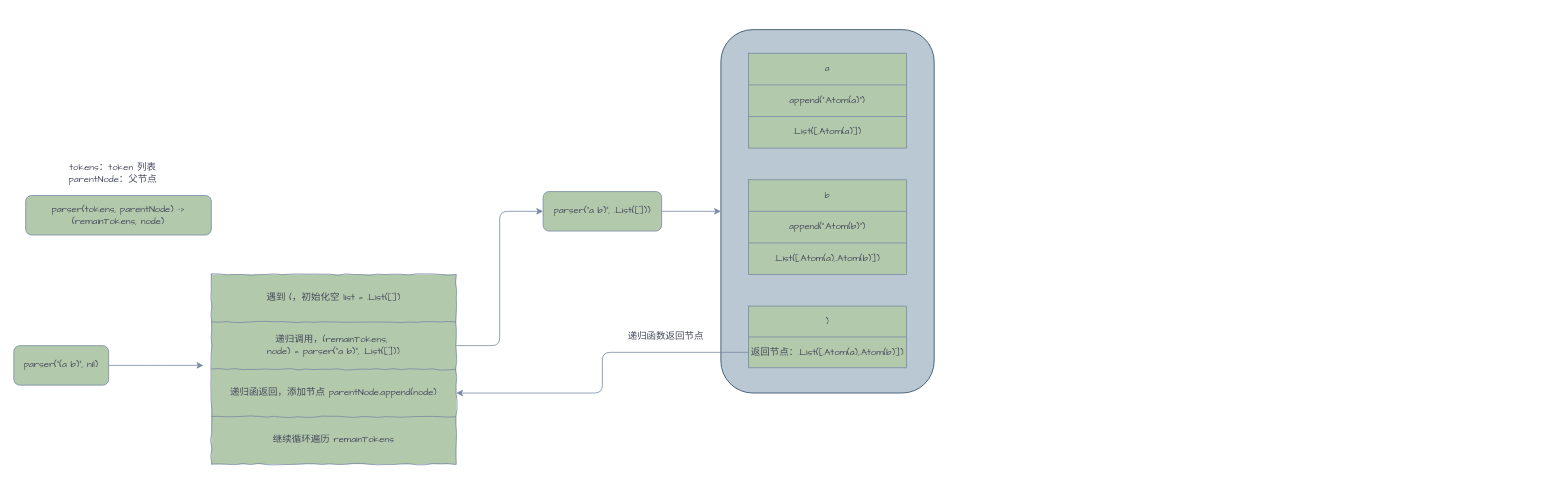
Above: page "parser-example" (2 of 3) of Untitled Diagram.drawio in silan-liu/drawio (draw.io), before the change. Source tidied: cells renumbered, new cells numbered last; positions are measured from the earlier drawing's top-left corner, leaving out a move shared by most shapes. Both pictures are drawn from the tidied source at 79%, with x=0, y=0 at pixel (13, 29).
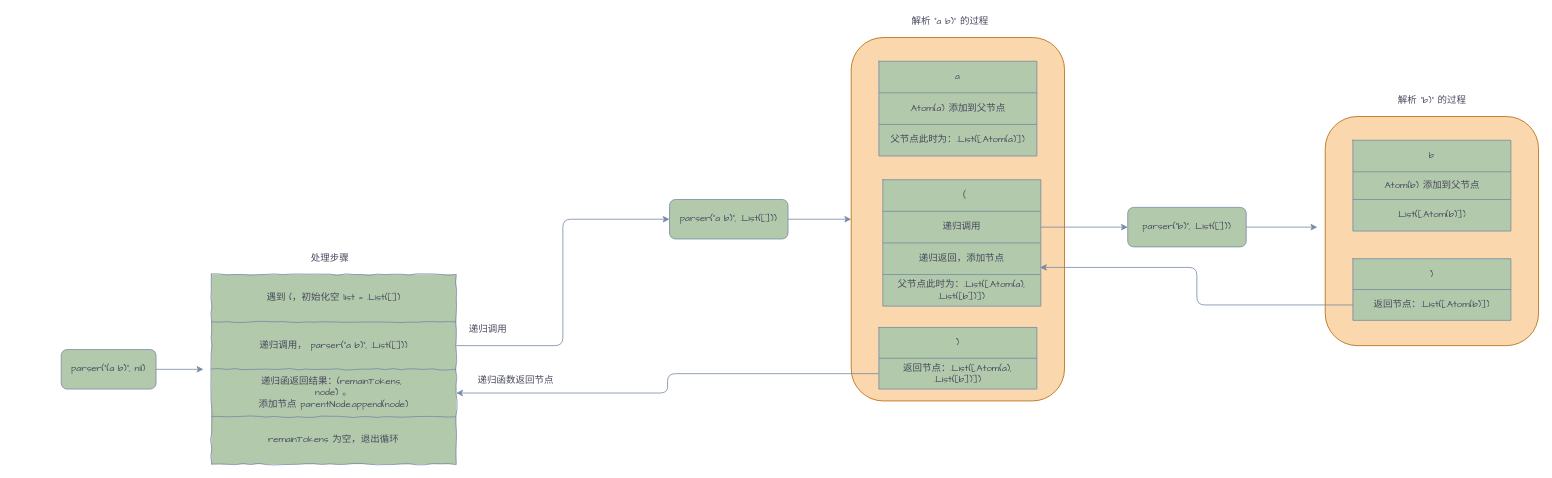
Above is the later version.

Unchanged cells that the change refers to:
```xml
<mxCell id="10" style="shape=partialRectangle;html=1;whiteSpace=wrap;fillColor=none;top=0;left=0;bottom=0;right=0;points=[[0,0.5],[1,0.5]];portConstraint=eastwest;strokeColor=#788AA3;fontColor=#46495D;fontFamily=Comic Sans MS;" parent="7" vertex="1">
  <mxGeometry y="60" width="310" height="60" as="geometry" />
</mxCell>
<mxCell id="12" style="shape=partialRectangle;html=1;whiteSpace=wrap;fillColor=none;top=0;left=0;bottom=0;right=0;points=[[0,0.5],[1,0.5]];portConstraint=eastwest;strokeColor=#788AA3;fontColor=#46495D;fontFamily=Comic Sans MS;" parent="7" vertex="1">
  <mxGeometry y="120" width="310" height="60" as="geometry" />
</mxCell>
<mxCell id="14" style="shape=partialRectangle;html=1;whiteSpace=wrap;fillColor=none;top=0;left=0;bottom=0;right=0;strokeColor=#788AA3;fontColor=#46495D;fontFamily=Comic Sans MS;" parent="7" vertex="1">
  <mxGeometry y="180" width="310" height="60" as="geometry" />
</mxCell>
<mxCell id="19" style="shape=partialRectangle;html=1;whiteSpace=wrap;fillColor=none;top=0;left=0;bottom=0;right=0;strokeColor=#788AA3;fontColor=#46495D;fontFamily=Comic Sans MS;" parent="16" vertex="1">
  <mxGeometry y="40" width="200" height="40" as="geometry" />
</mxCell>
<mxCell id="21" style="shape=partialRectangle;html=1;whiteSpace=wrap;fillColor=none;top=0;left=0;bottom=0;right=0;strokeColor=#788AA3;fontColor=#46495D;fontFamily=Comic Sans MS;" parent="16" vertex="1">
  <mxGeometry y="80" width="200" height="40" as="geometry" />
</mxCell>
<mxCell id="33" style="shape=partialRectangle;html=1;whiteSpace=wrap;fillColor=none;top=0;left=0;bottom=0;right=0;points=[[0,0.5],[1,0.5]];portConstraint=eastwest;strokeColor=#788AA3;fontColor=#46495D;fontFamily=Comic Sans MS;" parent="30" vertex="1">
  <mxGeometry y="39" width="200" height="39" as="geometry" />
</mxCell>
```

Change to the diagram source:
```diff
@@
+    <mxCell id="40" style="rounded=1;whiteSpace=wrap;html=1;sketch=0;fontFamily=Comic Sans MS;fillColor=#fad7ac;strokeColor=#b46504;" parent="1" vertex="1">
+      <mxGeometry x="1660" y="110" width="270" height="290" as="geometry" />
+    </mxCell>
-    <mxCell id="2" style="rounded=1;whiteSpace=wrap;html=1;sketch=0;fontFamily=Comic Sans MS;fillColor=#bac8d3;strokeColor=#23445d;" parent="1" vertex="1">
-      <mxGeometry x="895" width="270" height="460" as="geometry" />
+    <mxCell id="2" style="rounded=1;whiteSpace=wrap;html=1;sketch=0;fontFamily=Comic Sans MS;fillColor=#fad7ac;strokeColor=#b46504;" parent="1" vertex="1">
+      <mxGeometry x="1060" y="10" width="270" height="460" as="geometry" />
     </mxCell>
     <mxCell id="3" style="edgeStyle=orthogonalEdgeStyle;curved=0;rounded=1;sketch=0;jettySize=auto;html=1;fontFamily=Comic Sans MS;fontColor=#46495D;strokeColor=#788AA3;fillColor=#B2C9AB;" parent="1" edge="1" source="4">
       <mxGeometry relative="1" as="geometry">
-        <mxPoint x="240" y="425" as="targetPoint" />
+        <mxPoint x="240" y="430" as="targetPoint" />
       </mxGeometry>
     </mxCell>
     <mxCell id="4" value="parser(&quot;(a b)&quot;, nil)" style="rounded=1;whiteSpace=wrap;html=1;sketch=0;fontFamily=Comic Sans MS;fontColor=#46495D;strokeColor=#788AA3;fillColor=#B2C9AB;" parent="1" vertex="1">
-      <mxGeometry y="400" width="120" height="50" as="geometry" />
+      <mxGeometry x="60" y="405" width="120" height="50" as="geometry" />
     </mxCell>
-    <mxCell id="5" value="parser(tokens, parentNode) -&amp;gt; (remainTokens, node)" style="rounded=1;whiteSpace=wrap;html=1;sketch=0;fontFamily=Comic Sans MS;strokeColor=#788AA3;fillColor=#B2C9AB;fontColor=#46495D;" parent="1" vertex="1">
-      <mxGeometry x="15" y="210" width="235" height="50" as="geometry" />
-    </mxCell>
-    <mxCell id="6" value="&lt;br&gt;tokens：token 列表&lt;br&gt;parentNode：父节点" style="text;html=1;align=center;verticalAlign=middle;strokeColor=none;fontFamily=Comic Sans MS;fontColor=#46495D;" parent="1" vertex="1">
-      <mxGeometry x="60" y="150" width="130" height="50" as="geometry" />
-    </mxCell>
@@
-    <mxCell id="11" value="递归调用，(&lt;span&gt;remainTokens,&amp;nbsp;&lt;/span&gt;&lt;br&gt;node) = parser(&quot;a b)&quot;, .List([]))" style="shape=partialRectangle;html=1;whiteSpace=wrap;overflow=hidden;fillColor=none;top=0;left=0;bottom=0;right=0;strokeColor=#788AA3;fontColor=#46495D;fontFamily=Comic Sans MS;" parent="10" vertex="1">
+    <mxCell id="11" value="递归调用，&amp;nbsp;parser(&quot;a b)&quot;, .List([]))" style="shape=partialRectangle;html=1;whiteSpace=wrap;overflow=hidden;fillColor=none;top=0;left=0;bottom=0;right=0;strokeColor=#788AA3;fontColor=#46495D;fontFamily=Comic Sans MS;" parent="10" vertex="1">
       <mxGeometry width="310" height="60" as="geometry" />
     </mxCell>
@@
-    <mxCell id="13" value="递归函返回，添加节点 parentNode.append(node)" style="shape=partialRectangle;html=1;whiteSpace=wrap;overflow=hidden;fillColor=none;top=0;left=0;bottom=0;right=0;strokeColor=#788AA3;fontColor=#46495D;fontFamily=Comic Sans MS;" parent="12" vertex="1">
+    <mxCell id="13" value="递归函返回结果：(remainTokens,&amp;nbsp;&lt;br&gt;node) 。&lt;br&gt;添加节点 parentNode.append(node)" style="shape=partialRectangle;html=1;whiteSpace=wrap;overflow=hidden;fillColor=none;top=0;left=0;bottom=0;right=0;strokeColor=#788AA3;fontColor=#46495D;fontFamily=Comic Sans MS;" parent="12" vertex="1">
       <mxGeometry width="310" height="60" as="geometry" />
     </mxCell>
@@
-    <mxCell id="15" value="继续循环遍历&amp;nbsp;&lt;span style=&quot;&quot;&gt;remainTokens&lt;/span&gt;" style="shape=partialRectangle;html=1;whiteSpace=wrap;overflow=hidden;fillColor=none;top=0;left=0;bottom=0;right=0;strokeColor=#788AA3;fontColor=#46495D;fontFamily=Comic Sans MS;" parent="14" vertex="1">
+    <mxCell id="15" value="remainTokens 为空，退出循环" style="shape=partialRectangle;html=1;whiteSpace=wrap;overflow=hidden;fillColor=none;top=0;left=0;bottom=0;right=0;strokeColor=#788AA3;fontColor=#46495D;fontFamily=Comic Sans MS;" parent="14" vertex="1">
       <mxGeometry width="310" height="60" as="geometry" />
     </mxCell>
     <mxCell id="16" style="shape=table;html=1;whiteSpace=wrap;startSize=0;childLayout=tableLayout;fillColor=#B2C9AB;strokeColor=#788AA3;fontColor=#46495D;fontFamily=Comic Sans MS;" parent="1" vertex="1">
-      <mxGeometry x="930" y="30" width="200" height="120" as="geometry" />
+      <mxGeometry x="1095" y="40" width="200" height="120" as="geometry" />
     </mxCell>
@@
-    <mxCell id="20" value="append(&quot;.Atom(a)&quot;)" style="shape=partialRectangle;html=1;whiteSpace=wrap;overflow=hidden;fillColor=none;top=0;left=0;bottom=0;right=0;strokeColor=#788AA3;fontColor=#46495D;fontFamily=Comic Sans MS;" parent="19" vertex="1">
+    <mxCell id="20" value=".Atom(a) 添加到父节点" style="shape=partialRectangle;html=1;whiteSpace=wrap;overflow=hidden;fillColor=none;top=0;left=0;bottom=0;right=0;strokeColor=#788AA3;fontColor=#46495D;fontFamily=Comic Sans MS;" parent="19" vertex="1">
       <mxGeometry width="200" height="40" as="geometry" />
     </mxCell>
@@
-    <mxCell id="22" value=".List([.Atom(a)])" style="shape=partialRectangle;html=1;whiteSpace=wrap;overflow=hidden;fillColor=none;top=0;left=0;bottom=0;right=0;strokeColor=#788AA3;fontColor=#46495D;fontFamily=Comic Sans MS;" parent="21" vertex="1">
+    <mxCell id="22" value="父节点此时为：.List([.Atom(a)])" style="shape=partialRectangle;html=1;whiteSpace=wrap;overflow=hidden;fillColor=none;top=0;left=0;bottom=0;right=0;strokeColor=#788AA3;fontColor=#46495D;fontFamily=Comic Sans MS;" parent="21" vertex="1">
       <mxGeometry width="200" height="40" as="geometry" />
     </mxCell>
     <mxCell id="23" style="shape=table;html=1;whiteSpace=wrap;startSize=0;childLayout=tableLayout;fillColor=#B2C9AB;strokeColor=#788AA3;fontColor=#46495D;fontFamily=Comic Sans MS;" parent="1" vertex="1">
-      <mxGeometry x="930" y="190" width="200" height="120" as="geometry" />
+      <mxGeometry x="1695" y="140" width="200" height="115" as="geometry" />
     </mxCell>
@@
     <mxCell id="26" style="shape=partialRectangle;html=1;whiteSpace=wrap;fillColor=none;top=0;left=0;bottom=0;right=0;strokeColor=#788AA3;fontColor=#46495D;fontFamily=Comic Sans MS;" parent="23" vertex="1">
-      <mxGeometry y="40" width="200" height="40" as="geometry" />
+      <mxGeometry y="40" width="200" height="35" as="geometry" />
     </mxCell>
-    <mxCell id="27" value="append(&quot;.Atom(b)&quot;)" style="shape=partialRectangle;html=1;whiteSpace=wrap;overflow=hidden;fillColor=none;top=0;left=0;bottom=0;right=0;strokeColor=#788AA3;fontColor=#46495D;fontFamily=Comic Sans MS;" parent="26" vertex="1">
-      <mxGeometry width="200" height="40" as="geometry" />
+    <mxCell id="27" value=".Atom(b) 添加到父节点" style="shape=partialRectangle;html=1;whiteSpace=wrap;overflow=hidden;fillColor=none;top=0;left=0;bottom=0;right=0;strokeColor=#788AA3;fontColor=#46495D;fontFamily=Comic Sans MS;" parent="26" vertex="1">
+      <mxGeometry width="200" height="35" as="geometry" />
     </mxCell>
     <mxCell id="28" style="shape=partialRectangle;html=1;whiteSpace=wrap;fillColor=none;top=0;left=0;bottom=0;right=0;strokeColor=#788AA3;fontColor=#46495D;fontFamily=Comic Sans MS;" parent="23" vertex="1">
-      <mxGeometry y="80" width="200" height="40" as="geometry" />
+      <mxGeometry y="75" width="200" height="40" as="geometry" />
     </mxCell>
-    <mxCell id="29" value=".List([.Atom(a),.Atom(b)])" style="shape=partialRectangle;html=1;whiteSpace=wrap;overflow=hidden;fillColor=none;top=0;left=0;bottom=0;right=0;strokeColor=#788AA3;fontColor=#46495D;fontFamily=Comic Sans MS;" parent="28" vertex="1">
+    <mxCell id="29" value=".List([.Atom(b)])" style="shape=partialRectangle;html=1;whiteSpace=wrap;overflow=hidden;fillColor=none;top=0;left=0;bottom=0;right=0;strokeColor=#788AA3;fontColor=#46495D;fontFamily=Comic Sans MS;" parent="28" vertex="1">
       <mxGeometry width="200" height="40" as="geometry" />
     </mxCell>
     <mxCell id="30" style="shape=table;html=1;whiteSpace=wrap;startSize=0;childLayout=tableLayout;fillColor=#B2C9AB;strokeColor=#788AA3;fontColor=#46495D;fontFamily=Comic Sans MS;" parent="1" vertex="1">
-      <mxGeometry x="930" y="350" width="200" height="78" as="geometry" />
+      <mxGeometry x="1095" y="377" width="200" height="78" as="geometry" />
     </mxCell>
@@
-    <mxCell id="34" value="返回节点：.List([.Atom(a),.Atom(b)])" style="shape=partialRectangle;html=1;whiteSpace=wrap;overflow=hidden;fillColor=none;top=0;left=0;bottom=0;right=0;strokeColor=#788AA3;fontColor=#46495D;fontFamily=Comic Sans MS;" parent="33" vertex="1">
+    <mxCell id="34" value="返回节点：.List([.Atom(a), .List([b])])" style="shape=partialRectangle;html=1;whiteSpace=wrap;overflow=hidden;fillColor=none;top=0;left=0;bottom=0;right=0;strokeColor=#788AA3;fontColor=#46495D;fontFamily=Comic Sans MS;" parent="33" vertex="1">
       <mxGeometry width="200" height="39" as="geometry" />
     </mxCell>
@@
     <mxCell id="36" value="parser(&quot;a b)&quot;, .List([]))" style="rounded=1;whiteSpace=wrap;html=1;sketch=0;fontFamily=Comic Sans MS;fontColor=#46495D;strokeColor=#788AA3;fillColor=#B2C9AB;" parent="1" vertex="1">
-      <mxGeometry x="670" y="205" width="150" height="50" as="geometry" />
+      <mxGeometry x="830" y="215" width="150" height="50" as="geometry" />
     </mxCell>
@@
     <mxCell id="39" value="递归函数返回节点" style="text;html=1;align=center;verticalAlign=middle;strokeColor=none;fontFamily=Comic Sans MS;fontColor=#46495D;" parent="1" vertex="1">
-      <mxGeometry x="770" y="379" width="110" height="20" as="geometry" />
+      <mxGeometry x="580" y="435" width="110" height="20" as="geometry" />
     </mxCell>
+    <mxCell id="41" value="解析 &quot;a b)&quot; 的过程" style="text;html=1;align=center;verticalAlign=middle;strokeColor=none;fontFamily=Comic Sans MS;fontColor=#46495D;" parent="1" vertex="1">
+      <mxGeometry x="1130" y="-20" width="110" height="20" as="geometry" />
+    </mxCell>
+    <mxCell id="42" value="处理步骤" style="text;html=1;align=center;verticalAlign=middle;strokeColor=none;fontFamily=Comic Sans MS;fontColor=#46495D;" parent="1" vertex="1">
+      <mxGeometry x="370" y="280" width="60" height="20" as="geometry" />
+    </mxCell>
+    <mxCell id="43" value="递归调用" style="text;html=1;align=center;verticalAlign=middle;strokeColor=none;fontFamily=Comic Sans MS;fontColor=#46495D;" parent="1" vertex="1">
+      <mxGeometry x="570" y="370" width="60" height="20" as="geometry" />
+    </mxCell>
+    <mxCell id="44" style="shape=table;html=1;whiteSpace=wrap;startSize=0;childLayout=tableLayout;fillColor=#B2C9AB;strokeColor=#788AA3;fontColor=#46495D;fontFamily=Comic Sans MS;" parent="1" vertex="1">
+      <mxGeometry x="1100" y="190" width="200" height="160" as="geometry" />
+    </mxCell>
+    <mxCell id="45" style="shape=partialRectangle;html=1;whiteSpace=wrap;fillColor=none;top=0;left=0;bottom=0;right=0;strokeColor=#788AA3;fontColor=#46495D;fontFamily=Comic Sans MS;" parent="44" vertex="1">
+      <mxGeometry width="200" height="40" as="geometry" />
+    </mxCell>
+    <mxCell id="46" value="（" style="shape=partialRectangle;html=1;whiteSpace=wrap;overflow=hidden;fillColor=none;top=0;left=0;bottom=0;right=0;strokeColor=#788AA3;fontColor=#46495D;fontFamily=Comic Sans MS;" parent="45" vertex="1">
+      <mxGeometry width="200" height="40" as="geometry" />
+    </mxCell>
+    <mxCell id="47" style="shape=partialRectangle;html=1;whiteSpace=wrap;fillColor=none;top=0;left=0;bottom=0;right=0;points=[[0,0.5],[1,0.5]];portConstraint=eastwest;strokeColor=#788AA3;fontColor=#46495D;fontFamily=Comic Sans MS;" parent="44" vertex="1">
+      <mxGeometry y="40" width="200" height="40" as="geometry" />
+    </mxCell>
+    <mxCell id="48" value="递归调用" style="shape=partialRectangle;html=1;whiteSpace=wrap;overflow=hidden;fillColor=none;top=0;left=0;bottom=0;right=0;strokeColor=#788AA3;fontColor=#46495D;fontFamily=Comic Sans MS;" parent="47" vertex="1">
+      <mxGeometry width="200" height="40" as="geometry" />
+    </mxCell>
+    <mxCell id="49" style="shape=partialRectangle;html=1;whiteSpace=wrap;fillColor=none;top=0;left=0;bottom=0;right=0;points=[[0,0.5],[1,0.5]];portConstraint=eastwest;strokeColor=#788AA3;fontColor=#46495D;fontFamily=Comic Sans MS;" parent="44" vertex="1">
+      <mxGeometry y="80" width="200" height="40" as="geometry" />
+    </mxCell>
+    <mxCell id="50" value="递归返回，添加节点" style="shape=partialRectangle;html=1;whiteSpace=wrap;overflow=hidden;fillColor=none;top=0;left=0;bottom=0;right=0;strokeColor=#788AA3;fontColor=#46495D;fontFamily=Comic Sans MS;" parent="49" vertex="1">
+      <mxGeometry width="200" height="40" as="geometry" />
+    </mxCell>
+    <mxCell id="51" style="shape=partialRectangle;html=1;whiteSpace=wrap;fillColor=none;top=0;left=0;bottom=0;right=0;strokeColor=#788AA3;fontColor=#46495D;fontFamily=Comic Sans MS;" parent="44" vertex="1">
+      <mxGeometry y="120" width="200" height="40" as="geometry" />
+    </mxCell>
+    <mxCell id="52" value="父节点此时为：.List([.Atom(a), .List([b])])" style="shape=partialRectangle;html=1;whiteSpace=wrap;overflow=hidden;fillColor=none;top=0;left=0;bottom=0;right=0;strokeColor=#788AA3;fontColor=#46495D;fontFamily=Comic Sans MS;" parent="51" vertex="1">
+      <mxGeometry width="200" height="40" as="geometry" />
+    </mxCell>
+    <mxCell id="53" style="edgeStyle=orthogonalEdgeStyle;curved=0;rounded=1;sketch=0;jettySize=auto;html=1;fontFamily=Comic Sans MS;fontColor=#46495D;strokeColor=#788AA3;fillColor=#B2C9AB;align=center;entryX=0;entryY=0.5;entryDx=0;entryDy=0;" parent="1" edge="1" source="47" target="55">
+      <mxGeometry relative="1" as="geometry" />
+    </mxCell>
+    <mxCell id="54" style="edgeStyle=orthogonalEdgeStyle;curved=0;rounded=1;sketch=0;jettySize=auto;html=1;fontFamily=Comic Sans MS;fontColor=#46495D;strokeColor=#788AA3;fillColor=#B2C9AB;align=center;" parent="1" edge="1" source="55">
+      <mxGeometry relative="1" as="geometry">
+        <mxPoint x="1650" y="250" as="targetPoint" />
+      </mxGeometry>
+    </mxCell>
+    <mxCell id="55" value="parser(&quot;b)&quot;, .List([]))" style="rounded=1;whiteSpace=wrap;html=1;sketch=0;fontFamily=Comic Sans MS;fontColor=#46495D;strokeColor=#788AA3;fillColor=#B2C9AB;" parent="1" vertex="1">
+      <mxGeometry x="1410" y="225" width="150" height="50" as="geometry" />
+    </mxCell>
+    <mxCell id="56" style="shape=table;html=1;whiteSpace=wrap;startSize=0;childLayout=tableLayout;fillColor=#B2C9AB;strokeColor=#788AA3;fontColor=#46495D;fontFamily=Comic Sans MS;" parent="1" vertex="1">
+      <mxGeometry x="1695" y="290" width="200" height="78" as="geometry" />
+    </mxCell>
+    <mxCell id="57" style="shape=partialRectangle;html=1;whiteSpace=wrap;fillColor=none;top=0;left=0;bottom=0;right=0;strokeColor=#788AA3;fontColor=#46495D;fontFamily=Comic Sans MS;" parent="56" vertex="1">
+      <mxGeometry width="200" height="39" as="geometry" />
+    </mxCell>
+    <mxCell id="58" value=")" style="shape=partialRectangle;html=1;whiteSpace=wrap;overflow=hidden;fillColor=none;top=0;left=0;bottom=0;right=0;strokeColor=#788AA3;fontColor=#46495D;fontFamily=Comic Sans MS;" parent="57" vertex="1">
+      <mxGeometry width="200" height="39" as="geometry" />
+    </mxCell>
+    <mxCell id="59" style="shape=partialRectangle;html=1;whiteSpace=wrap;fillColor=none;top=0;left=0;bottom=0;right=0;points=[[0,0.5],[1,0.5]];portConstraint=eastwest;strokeColor=#788AA3;fontColor=#46495D;fontFamily=Comic Sans MS;" parent="56" vertex="1">
+      <mxGeometry y="39" width="200" height="39" as="geometry" />
+    </mxCell>
+    <mxCell id="60" value="返回节点：.List([.Atom(b)])" style="shape=partialRectangle;html=1;whiteSpace=wrap;overflow=hidden;fillColor=none;top=0;left=0;bottom=0;right=0;strokeColor=#788AA3;fontColor=#46495D;fontFamily=Comic Sans MS;" parent="59" vertex="1">
+      <mxGeometry width="200" height="39" as="geometry" />
+    </mxCell>
+    <mxCell id="61" style="edgeStyle=orthogonalEdgeStyle;curved=0;rounded=1;sketch=0;jettySize=auto;html=1;entryX=0.995;entryY=0.775;entryDx=0;entryDy=0;entryPerimeter=0;fontFamily=Comic Sans MS;fontColor=#46495D;strokeColor=#788AA3;fillColor=#B2C9AB;align=center;" parent="1" edge="1" source="59" target="49">
+      <mxGeometry relative="1" as="geometry" />
+    </mxCell>
+    <mxCell id="62" value="解析 &quot;b)&quot; 的过程" style="text;html=1;align=center;verticalAlign=middle;strokeColor=none;fontFamily=Comic Sans MS;fontColor=#46495D;" parent="1" vertex="1">
+      <mxGeometry x="1745" y="80" width="100" height="20" as="geometry" />
+    </mxCell>
```
